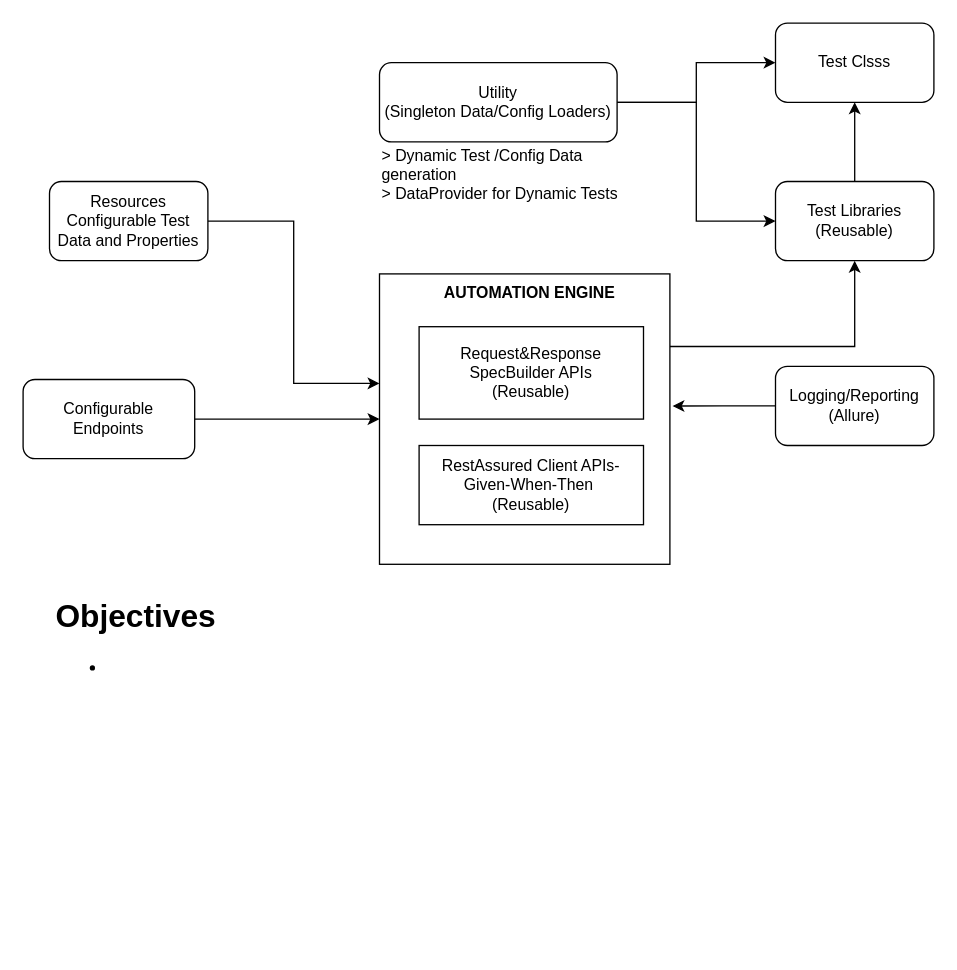
ashokmazumder/adobe keeps this draw.io diagram as framework/Untitled Diagram.drawio. Above is the earlier version. Source tidied: cells renumbered, new cells numbered last; positions are measured from the earlier drawing's top-left corner, leaving out a move shared by most shapes. Both pictures are drawn from the tidied source at 132%, with x=0, y=0 at pixel (22, 22).
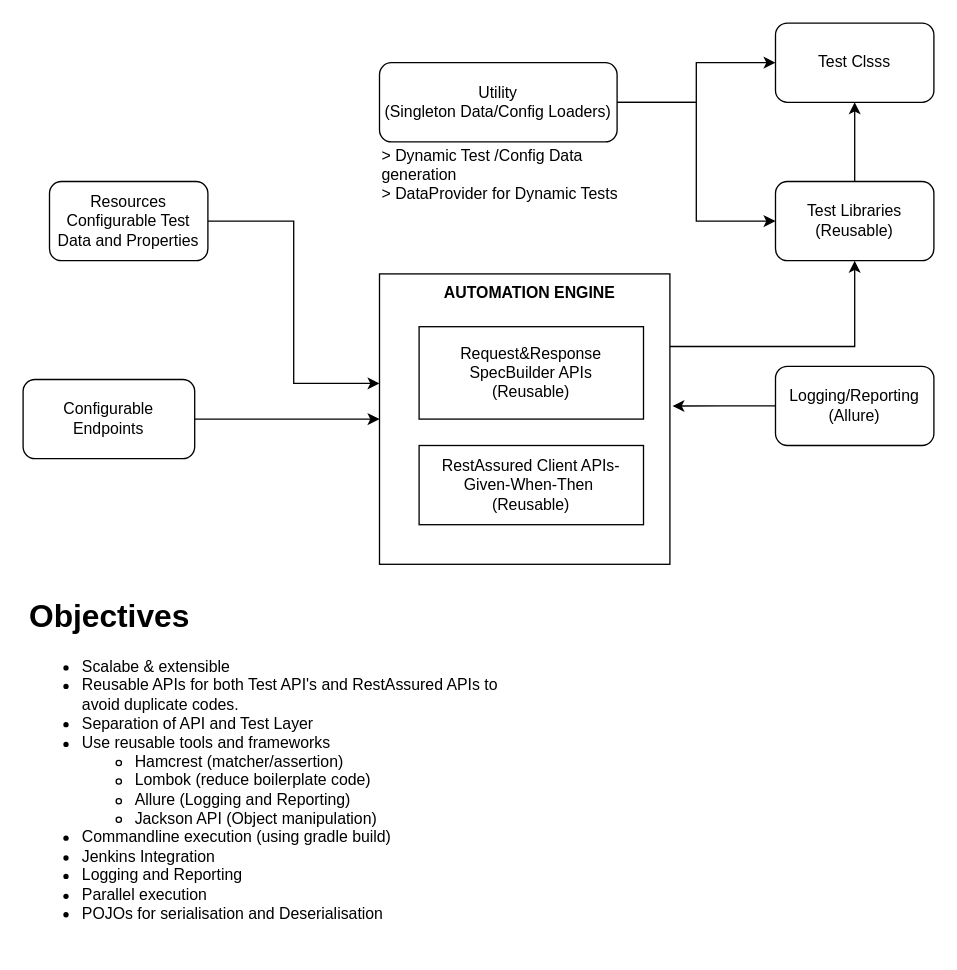
Above is the later version.

Change to the diagram source:
```diff
@@
-    <mxCell id="20" value="&lt;h1&gt;Objectives&lt;/h1&gt;&lt;p&gt;&lt;/p&gt;&lt;ul&gt;&lt;li&gt;&lt;br&gt;&lt;/li&gt;&lt;/ul&gt;&lt;p&gt;&lt;/p&gt;" style="text;html=1;strokeColor=none;fillColor=none;spacing=5;spacingTop=-20;whiteSpace=wrap;overflow=hidden;rounded=0;" parent="1" vertex="1">
-      <mxGeometry x="20" y="430" width="190" height="120" as="geometry" />
+    <mxCell id="20" value="&lt;h1&gt;Objectives&lt;/h1&gt;&lt;p&gt;&lt;/p&gt;&lt;ul&gt;&lt;li&gt;Scalabe &amp;amp; extensible&lt;/li&gt;&lt;li&gt;Reusable APIs for both Test API's and RestAssured APIs to avoid duplicate codes.&lt;/li&gt;&lt;li&gt;Separation of API and Test Layer&lt;/li&gt;&lt;li&gt;Use reusable tools and frameworks&amp;nbsp;&lt;/li&gt;&lt;ul&gt;&lt;li&gt;Hamcrest (matcher/assertion)&lt;/li&gt;&lt;li&gt;Lombok (reduce boilerplate code)&lt;/li&gt;&lt;li&gt;Allure (Logging and Reporting)&lt;/li&gt;&lt;li&gt;Jackson API (Object manipulation)&lt;/li&gt;&lt;/ul&gt;&lt;li&gt;Commandline execution (using gradle build)&lt;/li&gt;&lt;li&gt;Jenkins Integration&lt;/li&gt;&lt;li&gt;Logging and Reporting&lt;/li&gt;&lt;li&gt;Parallel execution&lt;/li&gt;&lt;li&gt;POJOs for serialisation and Deserialisation&amp;nbsp;&lt;/li&gt;&lt;/ul&gt;&lt;p&gt;&lt;/p&gt;" style="text;html=1;strokeColor=none;fillColor=none;spacing=5;spacingTop=-20;whiteSpace=wrap;overflow=hidden;rounded=0;" parent="1" vertex="1">
+      <mxGeometry y="430" width="380" height="270" as="geometry" />
     </mxCell>
```
